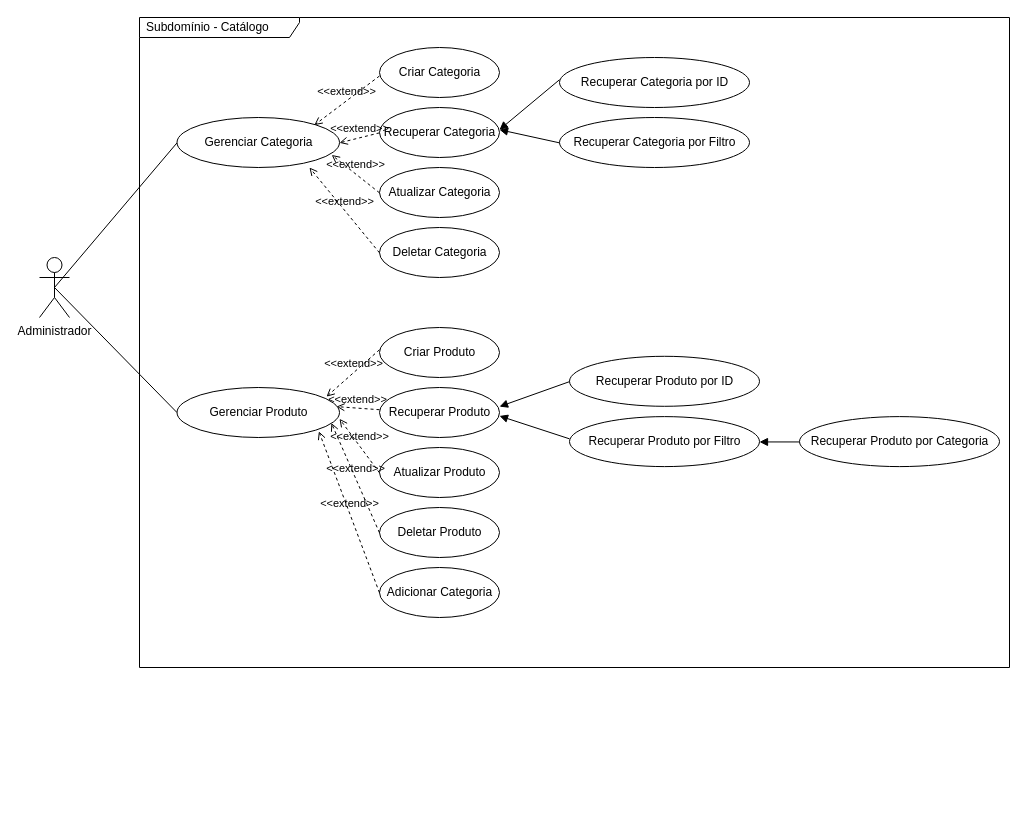
cleilsonalvino/ecommerce-node-api keeps this draw.io diagram as page "Subdomínio - Catálogo" (2 of 2) of requirements/ecommerce-caso-uso.drawio. Above is the earlier version. Source tidied: cells renumbered, new cells numbered last; positions are measured from the earlier drawing's top-left corner, leaving out a move shared by most shapes. Both pictures are drawn from the tidied source at 100%, with x=0, y=0 at pixel (39, 17).
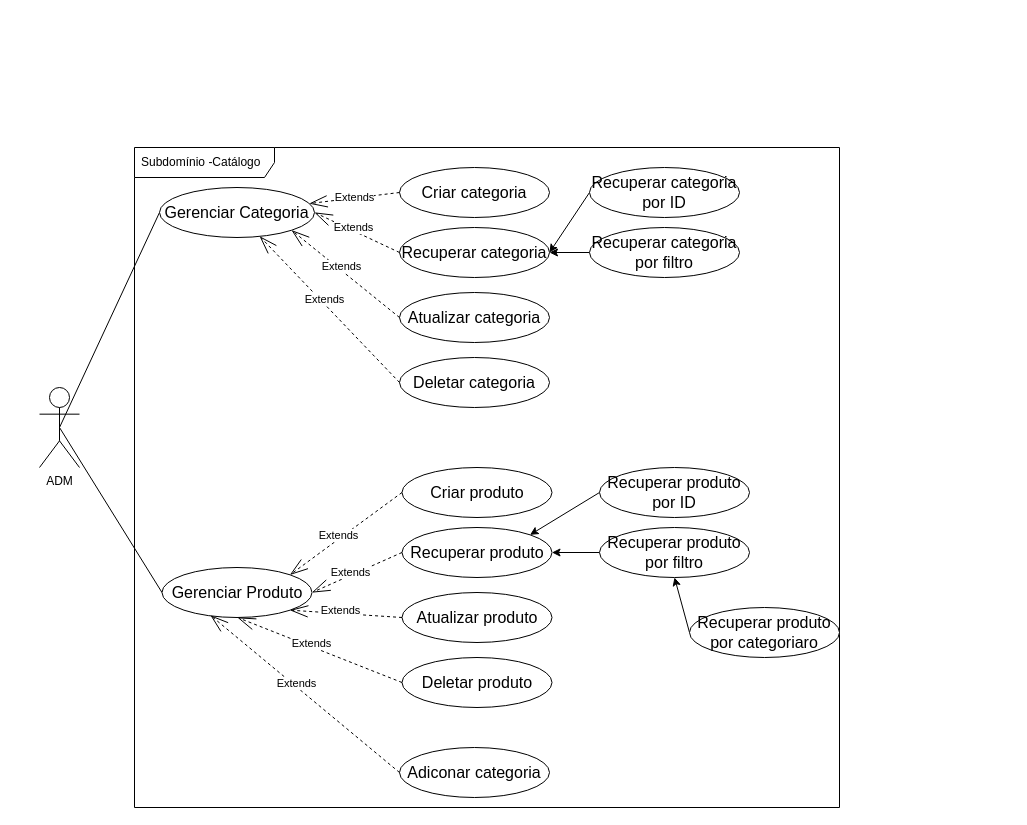
The same diagram, later.

Diff of the diagram source:
```diff
@@
-    <mxCell id="2" value="Subdomínio - Catálogo" style="shape=umlFrame;whiteSpace=wrap;html=1;width=160;height=20;boundedLbl=1;verticalAlign=middle;align=left;spacingLeft=5;" parent="1" vertex="1">
-      <mxGeometry x="100" width="870" height="650" as="geometry" />
-    </mxCell>
-    <mxCell id="3" value="Administrador" style="shape=umlActor;verticalLabelPosition=bottom;verticalAlign=top;html=1;" parent="1" vertex="1">
-      <mxGeometry y="240" width="30" height="60" as="geometry" />
-    </mxCell>
-    <mxCell id="4" style="shape=ellipse;horizontal=1;html=1;dashed=0;" parent="1" vertex="1">
-      <mxGeometry x="137.5" y="370" width="162.5" height="50" as="geometry" />
-    </mxCell>
+    <mxCell id="52" value="Subdomínio -Catálogo" style="shape=umlFrame;whiteSpace=wrap;html=1;width=140;height=30;boundedLbl=1;verticalAlign=middle;align=left;spacingLeft=5;" parent="1" vertex="1">
+      <mxGeometry x="95" y="130" width="705" height="660" as="geometry" />
+    </mxCell>
+    <mxCell id="53" value="ADM&lt;br&gt;" style="shape=umlActor;verticalLabelPosition=bottom;verticalAlign=top;html=1;" parent="1" vertex="1">
+      <mxGeometry y="370" width="40" height="80" as="geometry" />
+    </mxCell>
+    <mxCell id="54" style="edgeStyle=none;html=1;exitX=0;exitY=0.5;exitDx=0;exitDy=0;endArrow=none;endFill=0;entryX=0.5;entryY=0.5;entryDx=0;entryDy=0;entryPerimeter=0;" parent="1" edge="1" source="5" target="53">
+      <mxGeometry relative="1" as="geometry" />
+    </mxCell>
-    <mxCell id="5" value="Gerenciar Produto" style="html=1;strokeColor=none;fillColor=none;align=center;verticalAlign=middle;" parent="4" vertex="1">
-      <mxGeometry y="18.8" width="162.5" height="12.5" as="geometry" />
+    <mxCell id="5" value="Gerenciar Produto" style="ellipse;whiteSpace=wrap;html=1;fontSize=16;" parent="1" vertex="1">
+      <mxGeometry x="122.5" y="550" width="150" height="50" as="geometry" />
     </mxCell>
-    <mxCell id="6" style="shape=ellipse;horizontal=1;html=1;dashed=0;" parent="1" vertex="1">
-      <mxGeometry x="137.5" y="100" width="162.5" height="50" as="geometry" />
-    </mxCell>
+    <mxCell id="55" style="edgeStyle=none;html=1;exitX=0;exitY=0.5;exitDx=0;exitDy=0;entryX=0.5;entryY=0.5;entryDx=0;entryDy=0;entryPerimeter=0;endArrow=none;endFill=0;" parent="1" edge="1" source="7" target="53">
+      <mxGeometry relative="1" as="geometry" />
+    </mxCell>
-    <mxCell id="7" value="Gerenciar Categoria" style="html=1;strokeColor=none;fillColor=none;align=center;verticalAlign=middle;" parent="6" vertex="1">
-      <mxGeometry y="19.1" width="162.5" height="12.5" as="geometry" />
+    <mxCell id="7" value="Gerenciar Categoria" style="ellipse;whiteSpace=wrap;html=1;fontSize=16;" parent="1" vertex="1">
+      <mxGeometry x="120" y="170" width="155" height="50" as="geometry" />
     </mxCell>
-    <mxCell id="8" style="shape=ellipse;horizontal=1;html=1;dashed=0;" parent="1" vertex="1">
-      <mxGeometry x="340" y="30" width="120" height="50" as="geometry" />
-    </mxCell>
-    <mxCell id="9" value="Criar Categoria" style="html=1;strokeColor=none;fillColor=none;align=center;verticalAlign=middle;" parent="8" vertex="1">
-      <mxGeometry y="19.1" width="120" height="12.5" as="geometry" />
-    </mxCell>
-    <mxCell id="10" value="&amp;lt;&amp;lt;extend&amp;gt;&amp;gt;" style="html=1;verticalAlign=bottom;labelBackgroundColor=none;endArrow=open;endFill=0;dashed=1;exitX=0;exitY=0.75;exitDx=0;exitDy=0;entryX=0.845;entryY=0.152;entryDx=0;entryDy=0;entryPerimeter=0;" parent="1" edge="1" source="9" target="6">
-      <mxGeometry relative="1" as="geometry" />
-    </mxCell>
-    <mxCell id="11" style="shape=ellipse;horizontal=1;html=1;dashed=0;" parent="1" vertex="1">
-      <mxGeometry x="340" y="90" width="120" height="50" as="geometry" />
-    </mxCell>
-    <mxCell id="12" value="Recuperar Categoria" style="html=1;strokeColor=none;fillColor=none;align=center;verticalAlign=middle;" parent="11" vertex="1">
-      <mxGeometry y="19.1" width="120" height="12.5" as="geometry" />
-    </mxCell>
-    <mxCell id="13" style="shape=ellipse;horizontal=1;html=1;dashed=0;" parent="1" vertex="1">
-      <mxGeometry x="340" y="150" width="120" height="50" as="geometry" />
-    </mxCell>
-    <mxCell id="14" value="Atualizar Categoria" style="html=1;strokeColor=none;fillColor=none;align=center;verticalAlign=middle;" parent="13" vertex="1">
-      <mxGeometry y="19.1" width="120" height="12.5" as="geometry" />
-    </mxCell>
-    <mxCell id="15" style="shape=ellipse;horizontal=1;html=1;dashed=0;" parent="1" vertex="1">
-      <mxGeometry x="340" y="210" width="120" height="50" as="geometry" />
-    </mxCell>
-    <mxCell id="16" value="Deletar Categoria" style="html=1;strokeColor=none;fillColor=none;align=center;verticalAlign=middle;" parent="15" vertex="1">
-      <mxGeometry y="19.1" width="120" height="12.5" as="geometry" />
-    </mxCell>
-    <mxCell id="17" value="&amp;lt;&amp;lt;extend&amp;gt;&amp;gt;" style="html=1;verticalAlign=bottom;labelBackgroundColor=none;endArrow=open;endFill=0;dashed=1;exitX=0;exitY=0.5;exitDx=0;exitDy=0;entryX=1;entryY=0.5;entryDx=0;entryDy=0;" parent="1" edge="1" source="12" target="7">
-      <mxGeometry relative="1" as="geometry" />
-    </mxCell>
-    <mxCell id="18" value="&amp;lt;&amp;lt;extend&amp;gt;&amp;gt;" style="html=1;verticalAlign=bottom;labelBackgroundColor=none;endArrow=open;endFill=0;dashed=1;exitX=0;exitY=0.5;exitDx=0;exitDy=0;entryX=0.952;entryY=0.749;entryDx=0;entryDy=0;entryPerimeter=0;" parent="1" edge="1" source="14" target="6">
-      <mxGeometry relative="1" as="geometry" />
-    </mxCell>
-    <mxCell id="19" value="&amp;lt;&amp;lt;extend&amp;gt;&amp;gt;" style="html=1;verticalAlign=bottom;labelBackgroundColor=none;endArrow=open;endFill=0;dashed=1;exitX=0;exitY=0.5;exitDx=0;exitDy=0;entryX=0.815;entryY=1;entryDx=0;entryDy=0;entryPerimeter=0;" parent="1" edge="1" source="16" target="6">
-      <mxGeometry relative="1" as="geometry" />
-    </mxCell>
-    <mxCell id="20" style="edgeStyle=none;html=1;exitX=0;exitY=0.5;exitDx=0;exitDy=0;entryX=0.5;entryY=0.5;entryDx=0;entryDy=0;entryPerimeter=0;endArrow=none;endFill=0;" parent="1" edge="1" source="7" target="3">
-      <mxGeometry relative="1" as="geometry" />
-    </mxCell>
-    <mxCell id="21" style="shape=ellipse;horizontal=1;html=1;dashed=0;" parent="1" vertex="1">
-      <mxGeometry x="520" y="40" width="190" height="50" as="geometry" />
-    </mxCell>
-    <mxCell id="22" value="Recuperar Categoria por ID" style="html=1;strokeColor=none;fillColor=none;align=center;verticalAlign=middle;" parent="21" vertex="1">
-      <mxGeometry y="19.1" width="190" height="12.5" as="geometry" />
-    </mxCell>
-    <mxCell id="23" style="shape=ellipse;horizontal=1;html=1;dashed=0;" parent="1" vertex="1">
-      <mxGeometry x="520" y="100" width="190" height="50" as="geometry" />
-    </mxCell>
-    <mxCell id="24" value="Recuperar Categoria por Filtro" style="html=1;strokeColor=none;fillColor=none;align=center;verticalAlign=middle;" parent="23" vertex="1">
-      <mxGeometry y="19.1" width="190" height="12.5" as="geometry" />
-    </mxCell>
-    <mxCell id="25" style="edgeStyle=none;html=1;exitX=0;exitY=0.25;exitDx=0;exitDy=0;entryX=1;entryY=0.25;entryDx=0;entryDy=0;endArrow=block;endFill=1;" parent="1" edge="1" source="22" target="12">
-      <mxGeometry relative="1" as="geometry" />
-    </mxCell>
-    <mxCell id="26" style="edgeStyle=none;html=1;exitX=0;exitY=0.5;exitDx=0;exitDy=0;entryX=1;entryY=0.25;entryDx=0;entryDy=0;endArrow=block;endFill=1;" parent="1" edge="1" source="24" target="12">
-      <mxGeometry relative="1" as="geometry" />
-    </mxCell>
-    <mxCell id="27" style="shape=ellipse;horizontal=1;html=1;dashed=0;" parent="1" vertex="1">
-      <mxGeometry x="340" y="310" width="120" height="50" as="geometry" />
-    </mxCell>
-    <mxCell id="28" value="Criar Produto" style="html=1;strokeColor=none;fillColor=none;align=center;verticalAlign=middle;" parent="27" vertex="1">
-      <mxGeometry y="19.1" width="120" height="12.5" as="geometry" />
-    </mxCell>
-    <mxCell id="29" style="shape=ellipse;horizontal=1;html=1;dashed=0;" parent="1" vertex="1">
-      <mxGeometry x="340" y="370" width="120" height="50" as="geometry" />
-    </mxCell>
-    <mxCell id="30" value="Recuperar Produto" style="html=1;strokeColor=none;fillColor=none;align=center;verticalAlign=middle;" parent="29" vertex="1">
-      <mxGeometry y="19.1" width="120" height="12.5" as="geometry" />
-    </mxCell>
-    <mxCell id="31" style="shape=ellipse;horizontal=1;html=1;dashed=0;" parent="1" vertex="1">
-      <mxGeometry x="340" y="430" width="120" height="50" as="geometry" />
-    </mxCell>
-    <mxCell id="32" value="Atualizar Produto" style="html=1;strokeColor=none;fillColor=none;align=center;verticalAlign=middle;" parent="31" vertex="1">
-      <mxGeometry y="19.1" width="120" height="12.5" as="geometry" />
-    </mxCell>
-    <mxCell id="33" style="shape=ellipse;horizontal=1;html=1;dashed=0;" parent="1" vertex="1">
-      <mxGeometry x="340" y="490" width="120" height="50" as="geometry" />
-    </mxCell>
-    <mxCell id="34" value="Deletar Produto" style="html=1;strokeColor=none;fillColor=none;align=center;verticalAlign=middle;" parent="33" vertex="1">
-      <mxGeometry y="19.1" width="120" height="12.5" as="geometry" />
-    </mxCell>
-    <mxCell id="35" value="&amp;lt;&amp;lt;extend&amp;gt;&amp;gt;" style="html=1;verticalAlign=bottom;labelBackgroundColor=none;endArrow=open;endFill=0;dashed=1;exitX=0;exitY=0.25;exitDx=0;exitDy=0;entryX=0.92;entryY=0.183;entryDx=0;entryDy=0;entryPerimeter=0;" parent="1" edge="1" source="28" target="4">
-      <mxGeometry relative="1" as="geometry" />
-    </mxCell>
-    <mxCell id="36" value="&amp;lt;&amp;lt;extend&amp;gt;&amp;gt;" style="html=1;verticalAlign=bottom;labelBackgroundColor=none;endArrow=open;endFill=0;dashed=1;exitX=0;exitY=0.25;exitDx=0;exitDy=0;entryX=0.92;entryY=0.183;entryDx=0;entryDy=0;entryPerimeter=0;" parent="1" edge="1" source="30">
-      <mxGeometry relative="1" as="geometry">
-        <mxPoint x="297" y="389.1" as="targetPoint" />
-      </mxGeometry>
-    </mxCell>
-    <mxCell id="37" value="&amp;lt;&amp;lt;extend&amp;gt;&amp;gt;" style="html=1;verticalAlign=bottom;labelBackgroundColor=none;endArrow=open;endFill=0;dashed=1;exitX=0;exitY=0.5;exitDx=0;exitDy=0;entryX=1;entryY=1;entryDx=0;entryDy=0;" parent="1" edge="1" source="32" target="5">
-      <mxGeometry relative="1" as="geometry" />
-    </mxCell>
-    <mxCell id="38" value="&amp;lt;&amp;lt;extend&amp;gt;&amp;gt;" style="html=1;verticalAlign=bottom;labelBackgroundColor=none;endArrow=open;endFill=0;dashed=1;exitX=0;exitY=0.5;exitDx=0;exitDy=0;entryX=0.95;entryY=0.71;entryDx=0;entryDy=0;entryPerimeter=0;" parent="1" edge="1" source="34" target="4">
-      <mxGeometry relative="1" as="geometry" />
-    </mxCell>
-    <mxCell id="39" style="edgeStyle=none;html=1;exitX=0;exitY=0.5;exitDx=0;exitDy=0;entryX=0.5;entryY=0.5;entryDx=0;entryDy=0;entryPerimeter=0;endArrow=none;endFill=0;" parent="1" edge="1" source="5" target="3">
-      <mxGeometry relative="1" as="geometry" />
-    </mxCell>
-    <mxCell id="40" style="shape=ellipse;horizontal=1;html=1;dashed=0;" parent="1" vertex="1">
-      <mxGeometry x="530" y="338.8" width="190" height="50" as="geometry" />
-    </mxCell>
-    <mxCell id="41" value="Recuperar Produto por ID" style="html=1;strokeColor=none;fillColor=none;align=center;verticalAlign=middle;" parent="40" vertex="1">
-      <mxGeometry y="19.1" width="190" height="12.5" as="geometry" />
-    </mxCell>
-    <mxCell id="42" style="shape=ellipse;horizontal=1;html=1;dashed=0;" parent="1" vertex="1">
-      <mxGeometry x="530" y="399.1" width="190" height="50" as="geometry" />
-    </mxCell>
-    <mxCell id="43" value="Recuperar Produto por Filtro" style="html=1;strokeColor=none;fillColor=none;align=center;verticalAlign=middle;" parent="42" vertex="1">
-      <mxGeometry y="19.1" width="190" height="12.5" as="geometry" />
-    </mxCell>
-    <mxCell id="44" style="edgeStyle=none;html=1;exitX=0;exitY=0.5;exitDx=0;exitDy=0;entryX=1;entryY=0;entryDx=0;entryDy=0;endArrow=block;endFill=1;" parent="1" edge="1" source="41" target="30">
-      <mxGeometry relative="1" as="geometry" />
-    </mxCell>
-    <mxCell id="45" style="edgeStyle=none;html=1;exitX=0;exitY=0.25;exitDx=0;exitDy=0;entryX=1;entryY=0.75;entryDx=0;entryDy=0;endArrow=block;endFill=1;" parent="1" edge="1" source="43" target="30">
-      <mxGeometry relative="1" as="geometry" />
-    </mxCell>
-    <mxCell id="46" style="shape=ellipse;horizontal=1;html=1;dashed=0;" parent="1" vertex="1">
-      <mxGeometry x="760" y="399.1" width="200" height="50" as="geometry" />
-    </mxCell>
-    <mxCell id="47" value="Recuperar Produto por Categoria" style="html=1;strokeColor=none;fillColor=none;align=center;verticalAlign=middle;" parent="46" vertex="1">
-      <mxGeometry y="19.1" width="200" height="12.5" as="geometry" />
-    </mxCell>
-    <mxCell id="48" style="edgeStyle=none;html=1;exitX=0;exitY=0.5;exitDx=0;exitDy=0;entryX=1;entryY=0.5;entryDx=0;entryDy=0;endArrow=block;endFill=1;" parent="1" edge="1" source="47" target="43">
-      <mxGeometry relative="1" as="geometry" />
-    </mxCell>
-    <mxCell id="49" style="shape=ellipse;horizontal=1;html=1;dashed=0;" parent="1" vertex="1">
-      <mxGeometry x="340" y="550" width="120" height="50" as="geometry" />
-    </mxCell>
-    <mxCell id="50" value="Adicionar Categoria" style="html=1;strokeColor=none;fillColor=none;align=center;verticalAlign=middle;" parent="49" vertex="1">
-      <mxGeometry y="19.1" width="120" height="12.5" as="geometry" />
-    </mxCell>
-    <mxCell id="51" value="&amp;lt;&amp;lt;extend&amp;gt;&amp;gt;" style="html=1;verticalAlign=bottom;labelBackgroundColor=none;endArrow=open;endFill=0;dashed=1;exitX=0;exitY=0.5;exitDx=0;exitDy=0;entryX=0.873;entryY=0.877;entryDx=0;entryDy=0;entryPerimeter=0;" parent="1" edge="1" source="50" target="4">
-      <mxGeometry relative="1" as="geometry" />
-    </mxCell>
+    <mxCell id="56" value="Criar categoria" style="ellipse;whiteSpace=wrap;html=1;fontSize=16;" parent="1" vertex="1">
+      <mxGeometry x="360" y="150" width="150" height="50" as="geometry" />
+    </mxCell>
+    <mxCell id="57" value="Recuperar categoria" style="ellipse;whiteSpace=wrap;html=1;fontSize=16;" parent="1" vertex="1">
+      <mxGeometry x="360" y="210" width="150" height="50" as="geometry" />
+    </mxCell>
+    <mxCell id="58" value="Atualizar categoria" style="ellipse;whiteSpace=wrap;html=1;fontSize=16;" parent="1" vertex="1">
+      <mxGeometry x="360" y="275" width="150" height="50" as="geometry" />
+    </mxCell>
+    <mxCell id="59" value="Deletar categoria" style="ellipse;whiteSpace=wrap;html=1;fontSize=16;" parent="1" vertex="1">
+      <mxGeometry x="360" y="340" width="150" height="50" as="geometry" />
+    </mxCell>
+    <mxCell id="60" value="Extends" style="endArrow=openThin;endSize=16;endFill=0;html=1;exitX=0;exitY=0.5;exitDx=0;exitDy=0;dashed=1;" parent="1" edge="1" source="56" target="7">
+      <mxGeometry relative="1" as="geometry" />
+    </mxCell>
+    <mxCell id="61" value="Extends" style="endArrow=openThin;endSize=16;endFill=0;html=1;exitX=0;exitY=0.5;exitDx=0;exitDy=0;dashed=1;entryX=1;entryY=0.5;entryDx=0;entryDy=0;" parent="1" edge="1" source="57" target="7">
+      <mxGeometry x="0.11" y="-3" relative="1" as="geometry" />
+    </mxCell>
+    <mxCell id="62" value="Extends" style="endArrow=openThin;endSize=16;endFill=0;html=1;exitX=0;exitY=0.5;exitDx=0;exitDy=0;dashed=1;entryX=1;entryY=1;entryDx=0;entryDy=0;" parent="1" edge="1" source="58" target="7">
+      <mxGeometry x="0.11" y="-3" relative="1" as="geometry" />
+    </mxCell>
+    <mxCell id="63" value="Extends" style="endArrow=openThin;endSize=16;endFill=0;html=1;exitX=0;exitY=0.5;exitDx=0;exitDy=0;dashed=1;" parent="1" edge="1" source="59" target="7">
+      <mxGeometry x="0.11" y="-3" relative="1" as="geometry" />
+    </mxCell>
+    <mxCell id="64" style="edgeStyle=none;html=1;exitX=0;exitY=0.5;exitDx=0;exitDy=0;entryX=1;entryY=0.5;entryDx=0;entryDy=0;endArrow=classic;endFill=1;" parent="1" edge="1" source="65" target="57">
+      <mxGeometry relative="1" as="geometry" />
+    </mxCell>
+    <mxCell id="65" value="Recuperar categoria por ID" style="ellipse;whiteSpace=wrap;html=1;fontSize=16;" parent="1" vertex="1">
+      <mxGeometry x="550" y="150" width="150" height="50" as="geometry" />
+    </mxCell>
+    <mxCell id="66" style="edgeStyle=none;html=1;exitX=0;exitY=0.5;exitDx=0;exitDy=0;endArrow=classic;endFill=1;" parent="1" edge="1" source="67">
+      <mxGeometry relative="1" as="geometry">
+        <mxPoint x="510" y="235" as="targetPoint" />
+      </mxGeometry>
+    </mxCell>
+    <mxCell id="67" value="Recuperar categoria por filtro&lt;br&gt;" style="ellipse;whiteSpace=wrap;html=1;fontSize=16;" parent="1" vertex="1">
+      <mxGeometry x="550" y="210" width="150" height="50" as="geometry" />
+    </mxCell>
+    <mxCell id="68" value="Criar produto" style="ellipse;whiteSpace=wrap;html=1;fontSize=16;" parent="1" vertex="1">
+      <mxGeometry x="362.5" y="450" width="150" height="50" as="geometry" />
+    </mxCell>
+    <mxCell id="69" value="Recuperar produto" style="ellipse;whiteSpace=wrap;html=1;fontSize=16;" parent="1" vertex="1">
+      <mxGeometry x="362.5" y="510" width="150" height="50" as="geometry" />
+    </mxCell>
+    <mxCell id="70" value="Atualizar produto" style="ellipse;whiteSpace=wrap;html=1;fontSize=16;" parent="1" vertex="1">
+      <mxGeometry x="362.5" y="575" width="150" height="50" as="geometry" />
+    </mxCell>
+    <mxCell id="71" value="Deletar produto" style="ellipse;whiteSpace=wrap;html=1;fontSize=16;" parent="1" vertex="1">
+      <mxGeometry x="362.5" y="640" width="150" height="50" as="geometry" />
+    </mxCell>
+    <mxCell id="72" value="Extends" style="endArrow=openThin;endSize=16;endFill=0;html=1;exitX=0;exitY=0.5;exitDx=0;exitDy=0;dashed=1;entryX=1;entryY=0;entryDx=0;entryDy=0;" parent="1" edge="1" source="68" target="5">
+      <mxGeometry x="0.11" y="-3" relative="1" as="geometry" />
+    </mxCell>
+    <mxCell id="73" value="Extends" style="endArrow=openThin;endSize=16;endFill=0;html=1;exitX=0;exitY=0.5;exitDx=0;exitDy=0;dashed=1;entryX=1;entryY=0.5;entryDx=0;entryDy=0;" parent="1" edge="1" source="69" target="5">
+      <mxGeometry x="0.11" y="-3" relative="1" as="geometry" />
+    </mxCell>
+    <mxCell id="74" value="Extends" style="endArrow=openThin;endSize=16;endFill=0;html=1;exitX=0;exitY=0.5;exitDx=0;exitDy=0;dashed=1;entryX=1;entryY=1;entryDx=0;entryDy=0;" parent="1" edge="1" source="70" target="5">
+      <mxGeometry x="0.11" y="-3" relative="1" as="geometry" />
+    </mxCell>
+    <mxCell id="75" value="Extends" style="endArrow=openThin;endSize=16;endFill=0;html=1;exitX=0;exitY=0.5;exitDx=0;exitDy=0;dashed=1;" parent="1" edge="1" source="71">
+      <mxGeometry x="0.11" y="-3" relative="1" as="geometry">
+        <mxPoint x="198" y="600" as="targetPoint" />
+      </mxGeometry>
+    </mxCell>
+    <mxCell id="76" style="edgeStyle=none;html=1;exitX=0;exitY=0.5;exitDx=0;exitDy=0;entryX=1;entryY=0;entryDx=0;entryDy=0;endArrow=classic;endFill=1;" parent="1" edge="1" source="77" target="69">
+      <mxGeometry relative="1" as="geometry" />
+    </mxCell>
+    <mxCell id="77" value="Recuperar produto por ID" style="ellipse;whiteSpace=wrap;html=1;fontSize=16;" parent="1" vertex="1">
+      <mxGeometry x="560" y="450" width="150" height="50" as="geometry" />
+    </mxCell>
+    <mxCell id="78" style="edgeStyle=none;html=1;exitX=0;exitY=0.5;exitDx=0;exitDy=0;entryX=1;entryY=0.5;entryDx=0;entryDy=0;endArrow=classic;endFill=1;" parent="1" edge="1" source="79" target="69">
+      <mxGeometry relative="1" as="geometry" />
+    </mxCell>
+    <mxCell id="79" value="Recuperar produto por filtro" style="ellipse;whiteSpace=wrap;html=1;fontSize=16;" parent="1" vertex="1">
+      <mxGeometry x="560" y="510" width="150" height="50" as="geometry" />
+    </mxCell>
+    <mxCell id="80" style="edgeStyle=none;html=1;exitX=0;exitY=0.5;exitDx=0;exitDy=0;entryX=0.5;entryY=1;entryDx=0;entryDy=0;endArrow=classic;endFill=1;" parent="1" edge="1" source="81" target="79">
+      <mxGeometry relative="1" as="geometry" />
+    </mxCell>
+    <mxCell id="81" value="Recuperar produto por categoriaro" style="ellipse;whiteSpace=wrap;html=1;fontSize=16;" parent="1" vertex="1">
+      <mxGeometry x="650" y="590" width="150" height="50" as="geometry" />
+    </mxCell>
+    <mxCell id="82" value="Adiconar categoria" style="ellipse;whiteSpace=wrap;html=1;fontSize=16;" parent="1" vertex="1">
+      <mxGeometry x="360" y="730" width="150" height="50" as="geometry" />
+    </mxCell>
+    <mxCell id="83" value="Extends" style="endArrow=openThin;endSize=16;endFill=0;html=1;exitX=0;exitY=0.5;exitDx=0;exitDy=0;dashed=1;entryX=0.324;entryY=0.959;entryDx=0;entryDy=0;entryPerimeter=0;" parent="1" edge="1" source="82" target="5">
+      <mxGeometry x="0.11" y="-3" relative="1" as="geometry" />
+    </mxCell>
```
